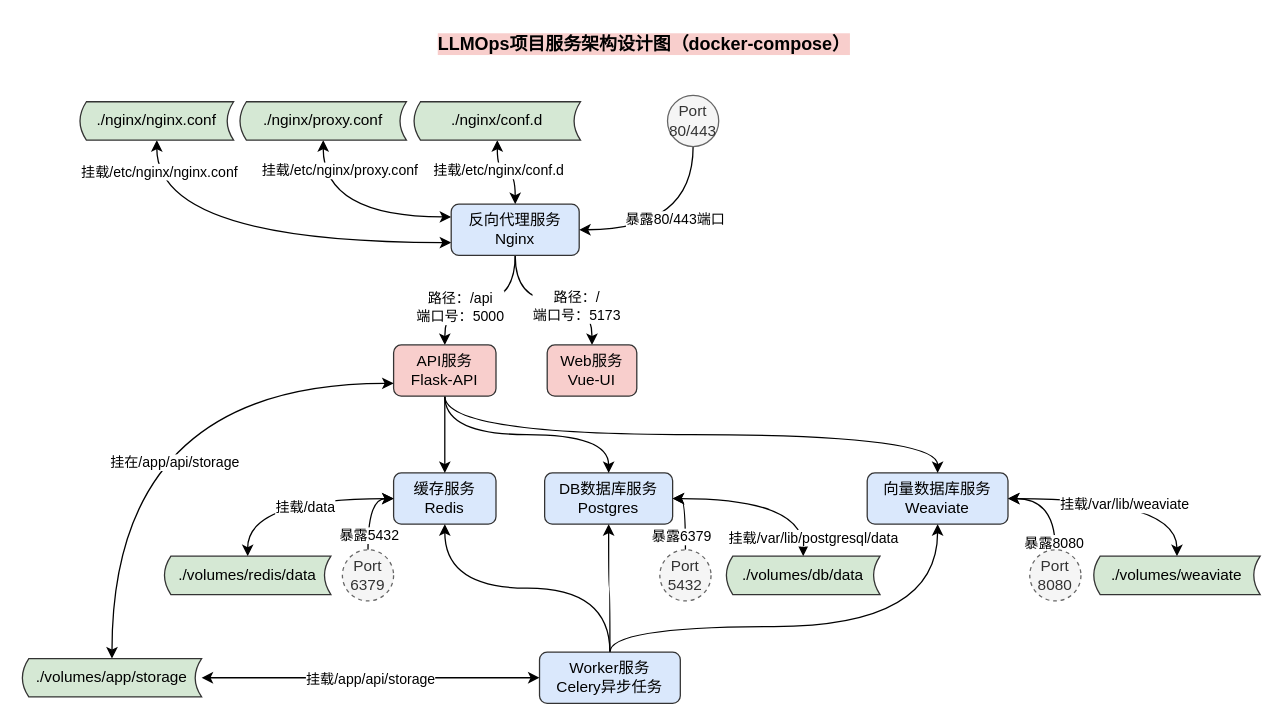
The draw.io diagram docker/docker-compose.drawio in Haohao-end/openagent, before the edit. Source tidied: cells renumbered, new cells numbered last; positions are measured from the earlier drawing's top-left corner, leaving out a move shared by most shapes. Both pictures are drawn from the tidied source at 128%, with x=0, y=0 at pixel (22, 24).
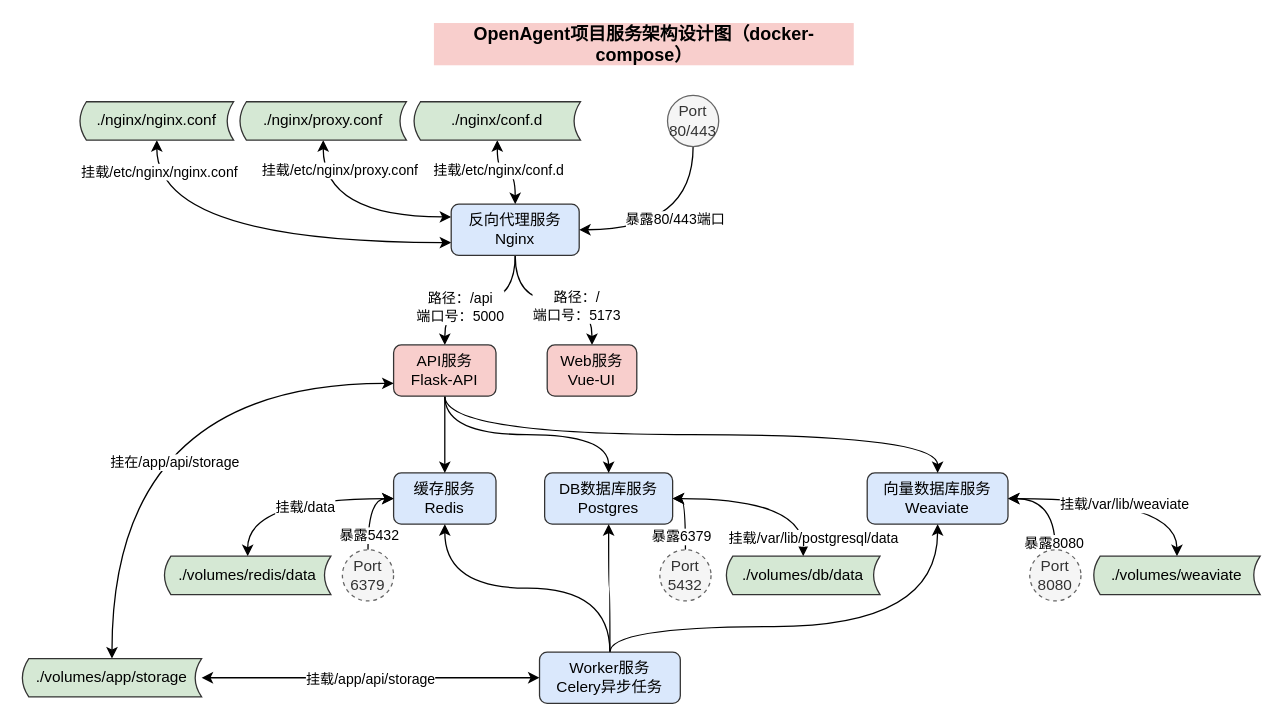
Above is the later version.

Diff of the diagram source:
```diff
@@
-    <mxCell id="2" value="LLMOps项目服务架构设计图（docker-compose）" style="text;html=1;align=center;verticalAlign=middle;whiteSpace=wrap;rounded=0;fontStyle=1;labelBackgroundColor=light-dark(#f8cecc, #ededed);fontSize=14;" parent="1" vertex="1">
+    <mxCell id="2" value="OpenAgent项目服务架构设计图（docker-compose）" style="text;html=1;align=center;verticalAlign=middle;whiteSpace=wrap;rounded=0;fontStyle=1;labelBackgroundColor=light-dark(#f8cecc, #ededed);fontSize=14;" parent="1" vertex="1">
       <mxGeometry x="320.5" width="330" height="30" as="geometry" />
     </mxCell>
```
